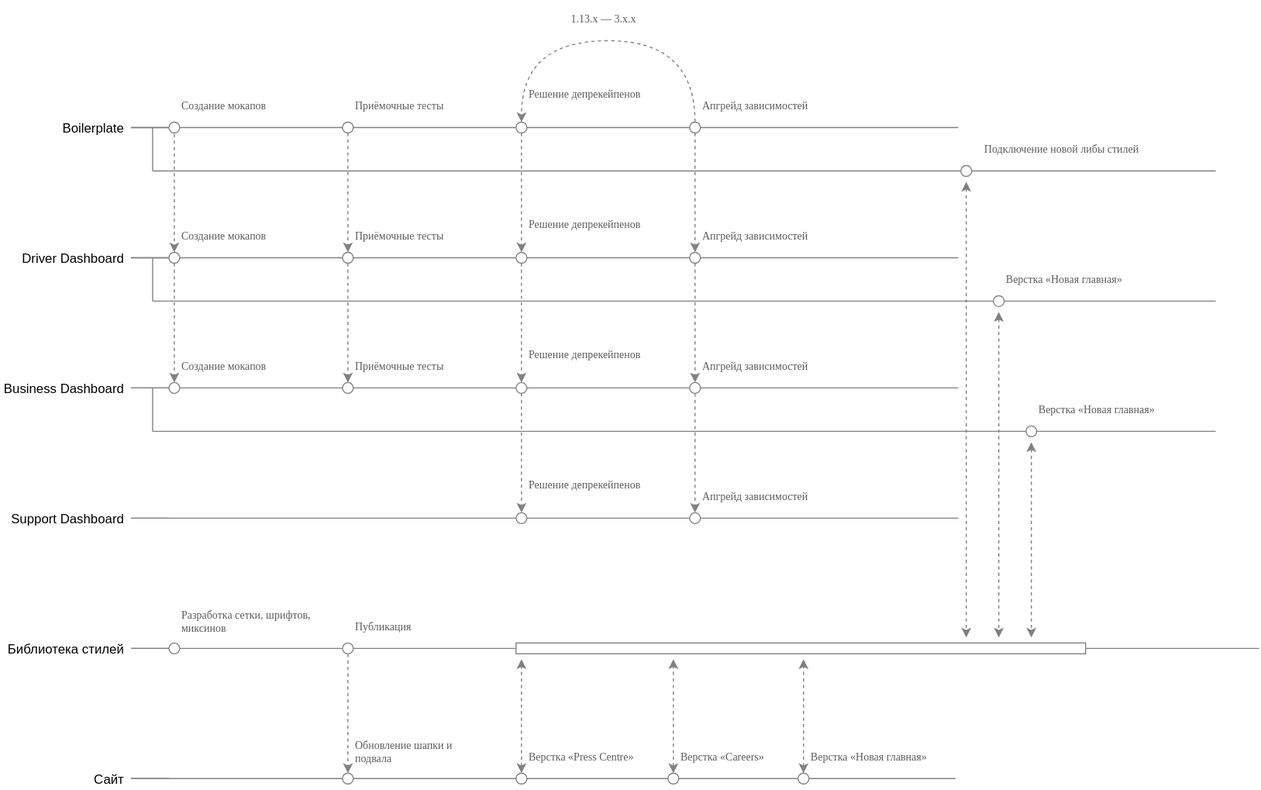
The draw.io diagram web-roadmaps.svg in ajile/draw-io, before a commit. Source tidied: cells renumbered, new cells last; positions are measured from the earlier drawing's top-left corner, leaving out a move shared by most shapes.
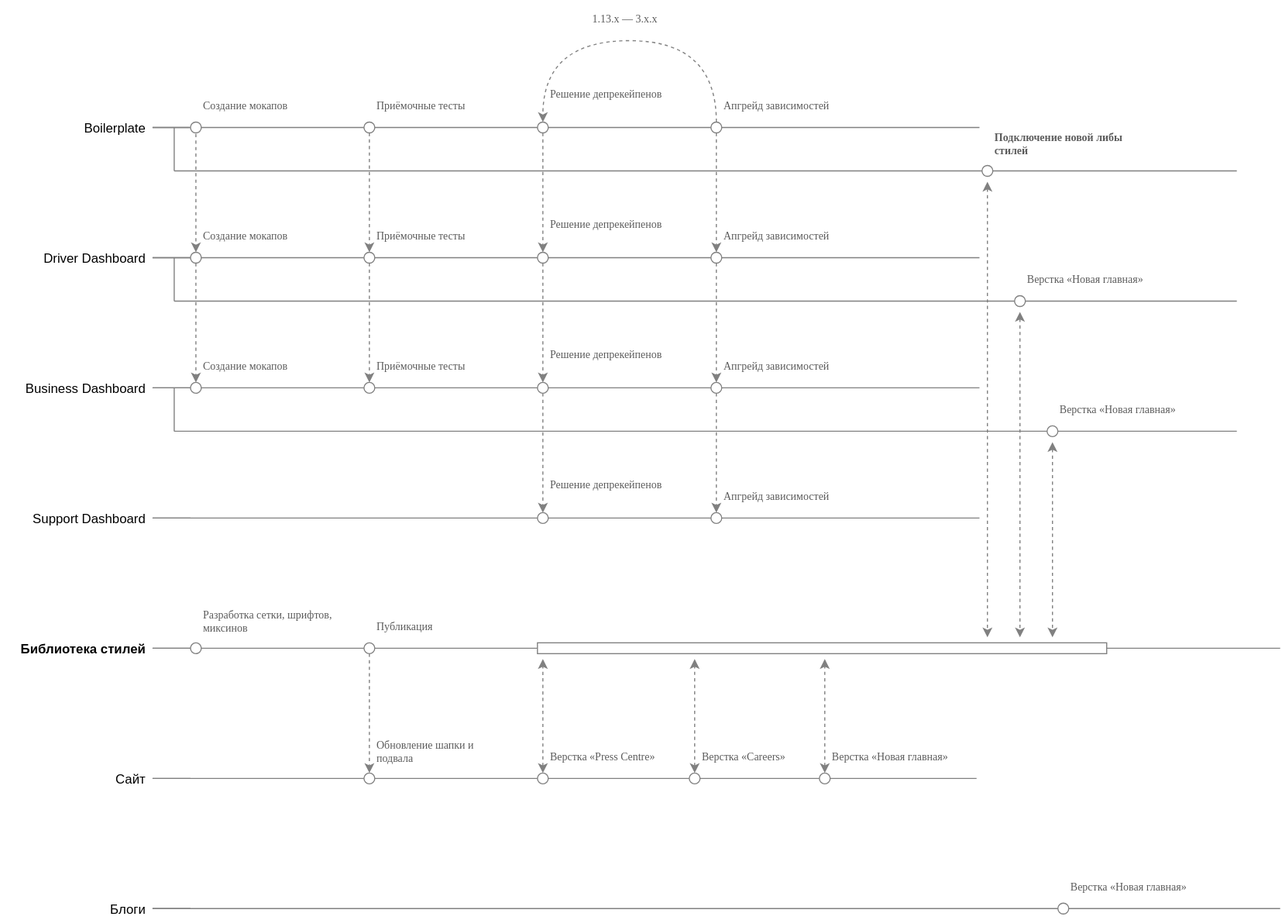
The same diagram one commit later.

What changed in the source:
```diff
@@ -208,8 +208,8 @@
         <mxPoint x="1160" y="590" as="targetPoint" />
       </mxGeometry>
     </mxCell>
-    <mxCell id="62" value="&lt;div style=&quot;text-align: left&quot;&gt;Библиотека стилей&lt;/div&gt;" style="text;html=1;strokeColor=none;fillColor=none;align=right;verticalAlign=middle;whiteSpace=wrap;rounded=0;spacingRight=5;" parent="1" vertex="1">
-      <mxGeometry y="580" width="120" height="20" as="geometry" />
+    <mxCell id="62" value="&lt;div style=&quot;text-align: left&quot;&gt;Библиотека стилей&lt;/div&gt;" style="text;html=1;strokeColor=none;fillColor=none;align=right;verticalAlign=middle;whiteSpace=wrap;rounded=0;spacingRight=5;fontStyle=1;" parent="1" vertex="1">
+      <mxGeometry x="-20" y="580" width="140" height="20" as="geometry" />
     </mxCell>
     <mxCell id="63" style="ellipse;whiteSpace=wrap;html=1;rounded=0;shadow=0;strokeColor=#808080;strokeWidth=1;fillColor=#ffffff;gradientColor=none;fontFamily=Verdana;fontSize=12;fontColor=#5C5C5C;align=left;" parent="1" vertex="1">
       <mxGeometry x="315" y="705" width="10" height="10" as="geometry" />
@@ -348,8 +348,8 @@
     <mxCell id="97" style="ellipse;whiteSpace=wrap;html=1;rounded=0;shadow=0;strokeColor=#808080;strokeWidth=1;fillColor=#ffffff;gradientColor=none;fontFamily=Verdana;fontSize=12;fontColor=#5C5C5C;align=left;" parent="1" vertex="1">
       <mxGeometry x="885" y="145" width="10" height="10" as="geometry" />
     </mxCell>
-    <mxCell id="98" value="Подключение новой либы стилей" style="text;html=1;strokeColor=none;fillColor=none;align=left;verticalAlign=middle;whiteSpace=wrap;rounded=0;shadow=0;fontFamily=Verdana;fontSize=10;fontColor=#5C5C5C;horizontal=1;" parent="1" vertex="1">
-      <mxGeometry x="905" y="120" width="185" height="20" as="geometry" />
+    <mxCell id="98" value="Подключение новой либы стилей" style="text;html=1;strokeColor=none;fillColor=none;align=left;verticalAlign=middle;whiteSpace=wrap;rounded=0;shadow=0;fontFamily=Verdana;fontSize=10;fontColor=#5C5C5C;horizontal=1;fontStyle=1;" parent="1" vertex="1">
+      <mxGeometry x="895" y="110" width="125" height="30" as="geometry" />
     </mxCell>
     <mxCell id="99" style="edgeStyle=orthogonalEdgeStyle;rounded=0;html=1;dashed=1;labelBackgroundColor=none;startArrow=classic;startFill=1;endArrow=classic;endFill=1;jettySize=auto;orthogonalLoop=1;strokeColor=#808080;strokeWidth=1;fontFamily=Verdana;fontSize=10;fontColor=#5C5C5C;" parent="1" edge="1">
       <mxGeometry relative="1" as="geometry">
@@ -363,5 +363,29 @@
         <mxPoint x="740" y="600" as="targetPoint" />
       </mxGeometry>
     </mxCell>
+    <mxCell id="101" style="endArrow=none;html=1;labelBackgroundColor=none;strokeColor=#808080;strokeWidth=1;fontFamily=Verdana;fontSize=12;fontColor=#5C5C5C;" parent="1" edge="1">
+      <mxGeometry relative="1" as="geometry">
+        <mxPoint x="120" y="830" as="sourcePoint" />
+        <mxPoint x="1160" y="830" as="targetPoint" />
+      </mxGeometry>
+    </mxCell>
+    <mxCell id="102" style="endArrow=none;html=1;labelBackgroundColor=none;strokeColor=#808080;strokeWidth=1;fontFamily=Verdana;fontSize=12;fontColor=#5C5C5C;" parent="1" edge="1">
+      <mxGeometry relative="1" as="geometry">
+        <mxPoint x="155" y="830" as="sourcePoint" />
+        <mxPoint x="120" y="830" as="targetPoint" />
+      </mxGeometry>
+    </mxCell>
+    <mxCell id="103" style="ellipse;whiteSpace=wrap;html=1;rounded=0;shadow=0;strokeColor=#808080;strokeWidth=1;fillColor=#ffffff;gradientColor=none;fontFamily=Verdana;fontSize=12;fontColor=#5C5C5C;align=left;" parent="1" vertex="1">
+      <mxGeometry x="955" y="825" width="10" height="10" as="geometry" />
+    </mxCell>
+    <mxCell id="104" value="Верстка «Новая главная»" style="text;html=1;strokeColor=none;fillColor=none;align=left;verticalAlign=middle;whiteSpace=wrap;rounded=0;shadow=0;fontFamily=Verdana;fontSize=10;fontColor=#5C5C5C;horizontal=1;" parent="1" vertex="1">
+      <mxGeometry x="965" y="800" width="145" height="20" as="geometry" />
+    </mxCell>
+    <mxCell id="105" style="edgeStyle=orthogonalEdgeStyle;rounded=0;html=1;exitX=0.5;exitY=0;entryX=0.5;entryY=0;labelBackgroundColor=none;startArrow=none;startFill=0;endArrow=classic;endFill=1;jettySize=auto;orthogonalLoop=1;strokeColor=#808080;strokeWidth=1;fontFamily=Verdana;fontSize=10;fontColor=#5C5C5C;" parent="1" edge="1" source="104" target="104">
+      <mxGeometry relative="1" as="geometry" />
+    </mxCell>
+    <mxCell id="106" value="&lt;div style=&quot;text-align: left&quot;&gt;Блоги&lt;/div&gt;" style="text;html=1;strokeColor=none;fillColor=none;align=right;verticalAlign=middle;whiteSpace=wrap;rounded=0;spacingRight=5;" parent="1" vertex="1">
+      <mxGeometry y="820" width="120" height="20" as="geometry" />
+    </mxCell>
   </root>
 </mxGraphModel>
```
